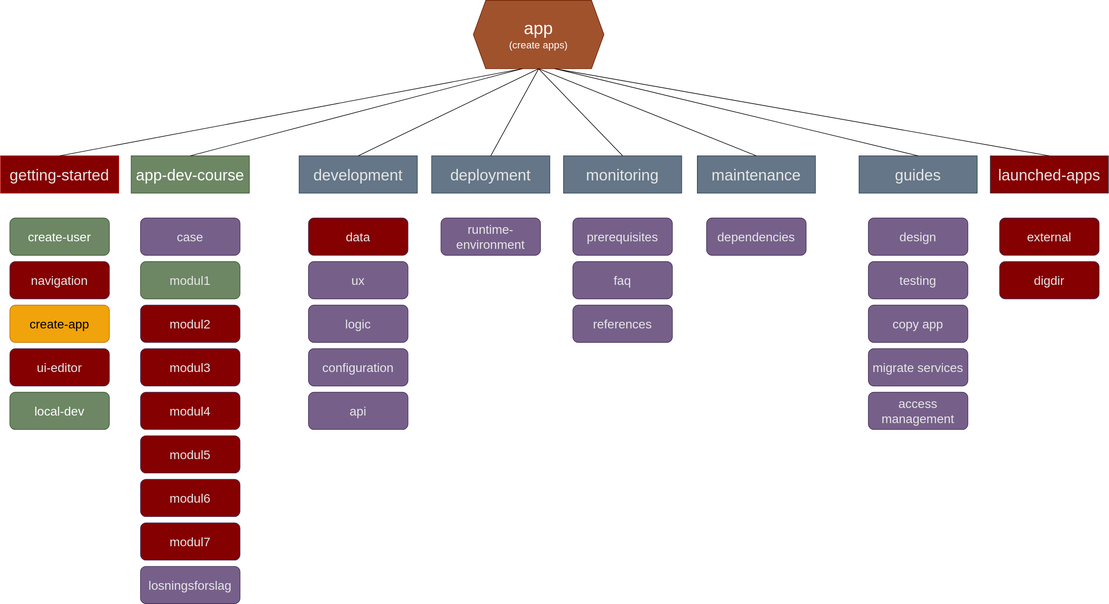
The draw.io diagram content/app/app_structure.drawio.svg in Altinn/altinn-studio-docs, before a commit. Source tidied: cells renumbered, new cells last; positions are measured from the earlier drawing's top-left corner, leaving out a move shared by most shapes.
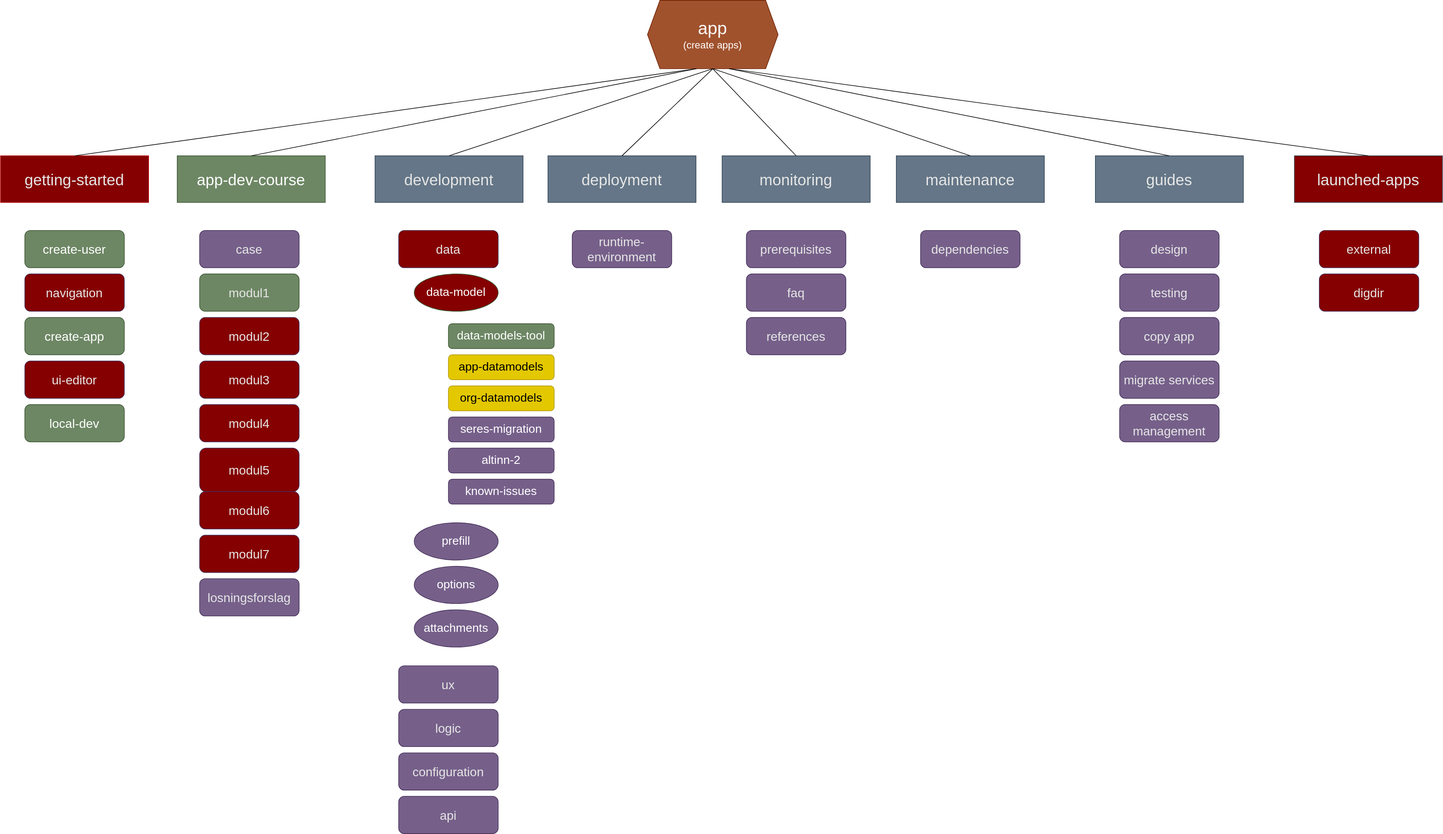
Later version of the same file.

Commit message:
Finished create-apps, added data subfolders

What changed in the source:
```diff
@@ -6,28 +6,28 @@
       <mxGeometry x="760" width="210" height="110" as="geometry" />
     </mxCell>
     <mxCell id="3" value="&lt;font style=&quot;font-size: 25px;&quot;&gt;app-dev-course&lt;/font&gt;" style="rounded=0;whiteSpace=wrap;html=1;fontSize=25;fontColor=#ffffff;fillColor=#6d8764;strokeColor=#3A5431;" parent="1" vertex="1">
-      <mxGeometry x="210" y="250" width="190" height="60" as="geometry" />
+      <mxGeometry x="4" y="250" width="238" height="75" as="geometry" />
     </mxCell>
     <mxCell id="4" value="&lt;font style=&quot;font-size: 25px;&quot;&gt;deployment&lt;/font&gt;" style="rounded=0;whiteSpace=wrap;html=1;fontSize=25;fontColor=#E6E6E6;fillColor=#647687;strokeColor=#314354;" parent="1" vertex="1">
-      <mxGeometry x="693" y="250" width="190" height="60" as="geometry" />
+      <mxGeometry x="600" y="250" width="238" height="75" as="geometry" />
     </mxCell>
     <mxCell id="5" value="&lt;font style=&quot;font-size: 25px;&quot;&gt;development&lt;/font&gt;" style="rounded=0;whiteSpace=wrap;html=1;fontSize=25;fontColor=#E6E6E6;fillColor=#647687;strokeColor=#314354;" parent="1" vertex="1">
-      <mxGeometry x="480" y="250" width="190" height="60" as="geometry" />
+      <mxGeometry x="322" y="250" width="238" height="75" as="geometry" />
     </mxCell>
     <mxCell id="6" value="&lt;font style=&quot;font-size: 25px;&quot;&gt;getting-started&lt;br style=&quot;font-size: 25px;&quot;&gt;&lt;/font&gt;" style="rounded=0;whiteSpace=wrap;html=1;fontSize=25;fontColor=#E6E6E6;fillColor=#850000;strokeColor=#B20000;fillStyle=auto;" parent="1" vertex="1">
-      <mxGeometry y="250" width="190" height="60" as="geometry" />
+      <mxGeometry x="-280" y="250" width="238" height="75" as="geometry" />
     </mxCell>
     <mxCell id="7" value="&lt;font style=&quot;font-size: 25px;&quot;&gt;guides&lt;br style=&quot;font-size: 25px;&quot;&gt;&lt;/font&gt;" style="rounded=0;whiteSpace=wrap;html=1;fontSize=25;fontColor=#E6E6E6;fillColor=#647687;strokeColor=#314354;" parent="1" vertex="1">
-      <mxGeometry x="1380" y="250" width="190" height="60" as="geometry" />
+      <mxGeometry x="1480" y="250" width="238" height="75" as="geometry" />
     </mxCell>
     <mxCell id="8" value="&lt;font style=&quot;font-size: 25px;&quot;&gt;launched-apps&lt;/font&gt;" style="rounded=0;whiteSpace=wrap;html=1;fontSize=25;fontColor=#E6E6E6;fillColor=#850000;strokeColor=#314354;" parent="1" vertex="1">
-      <mxGeometry x="1591" y="250" width="190" height="60" as="geometry" />
+      <mxGeometry x="1800" y="250" width="238" height="75" as="geometry" />
     </mxCell>
     <mxCell id="9" value="&lt;font style=&quot;font-size: 25px;&quot;&gt;maintenance&lt;/font&gt;" style="rounded=0;whiteSpace=wrap;html=1;fontSize=25;fontColor=#E6E6E6;fillColor=#647687;strokeColor=#314354;" parent="1" vertex="1">
-      <mxGeometry x="1120" y="250" width="190" height="60" as="geometry" />
+      <mxGeometry x="1160" y="250" width="238" height="75" as="geometry" />
     </mxCell>
     <mxCell id="10" value="&lt;font style=&quot;font-size: 25px;&quot;&gt;monitoring&lt;/font&gt;" style="rounded=0;whiteSpace=wrap;html=1;fontSize=25;fontColor=#E6E6E6;fillColor=#647687;strokeColor=#314354;" parent="1" vertex="1">
-      <mxGeometry x="905" y="250" width="190" height="60" as="geometry" />
+      <mxGeometry x="880" y="250" width="238" height="75" as="geometry" />
     </mxCell>
     <mxCell id="11" style="endArrow=none;html=1;fontSize=16;fontColor=#E6E6E6;exitX=0.5;exitY=0;exitDx=0;exitDy=0;entryX=0.375;entryY=1;entryDx=0;entryDy=0;" parent="1" edge="1" source="6" target="2">
       <mxGeometry relative="1" as="geometry" />
@@ -54,15 +54,15 @@
       <mxGeometry relative="1" as="geometry" />
     </mxCell>
     <mxCell id="19" value="&lt;font style=&quot;font-size: 20px;&quot;&gt;runtime-environment&lt;/font&gt;" style="rounded=1;whiteSpace=wrap;html=1;fontSize=20;fontColor=#E6E6E6;fillColor=#76608a;strokeColor=#432D57;" parent="1" vertex="1">
-      <mxGeometry x="708" y="350" width="160" height="60" as="geometry" />
+      <mxGeometry x="639" y="370" width="160" height="60" as="geometry" />
     </mxCell>
     <mxCell id="20" value="&lt;font style=&quot;font-size: 20px;&quot;&gt;dependencies&lt;/font&gt;" style="rounded=1;whiteSpace=wrap;html=1;fontSize=20;fontColor=#E6E6E6;fillColor=#76608a;strokeColor=#432D57;" parent="1" vertex="1">
-      <mxGeometry x="1135" y="350" width="160" height="60" as="geometry" />
+      <mxGeometry x="1199" y="370" width="160" height="60" as="geometry" />
     </mxCell>
     <mxCell id="21" style="group;" parent="1" vertex="1">
-      <mxGeometry x="15" y="350" width="160" height="340" as="geometry" />
+      <mxGeometry x="-241" y="370" width="160" height="340" as="geometry" />
     </mxCell>
-    <mxCell id="22" value="&lt;font style=&quot;font-size: 20px;&quot;&gt;create-app&lt;/font&gt;" style="rounded=1;whiteSpace=wrap;html=1;fontSize=20;fontColor=#000000;fillColor=#f0a30a;strokeColor=#BD7000;" parent="21" vertex="1">
+    <mxCell id="22" value="&lt;font style=&quot;font-size: 20px;&quot;&gt;create-app&lt;/font&gt;" style="rounded=1;whiteSpace=wrap;html=1;fontSize=20;fontColor=#ffffff;fillColor=#6d8764;strokeColor=#3A5431;" parent="21" vertex="1">
       <mxGeometry y="140" width="160" height="60" as="geometry" />
     </mxCell>
     <mxCell id="23" value="&lt;font style=&quot;font-size: 20px;&quot;&gt;create-user&lt;/font&gt;" style="rounded=1;whiteSpace=wrap;html=1;fontSize=20;fontColor=#ffffff;fillColor=#6d8764;strokeColor=#3A5431;" parent="21" vertex="1">
@@ -78,7 +78,7 @@
       <mxGeometry y="210" width="160" height="60" as="geometry" />
     </mxCell>
     <mxCell id="27" style="group;" parent="1" vertex="1">
-      <mxGeometry x="225" y="350" width="160" height="620" as="geometry" />
+      <mxGeometry x="40" y="370" width="160" height="620" as="geometry" />
     </mxCell>
     <mxCell id="28" value="&lt;font style=&quot;font-size: 20px;&quot;&gt;case&lt;/font&gt;" style="rounded=1;whiteSpace=wrap;html=1;fontSize=20;fontColor=#E6E6E6;fillColor=#76608a;strokeColor=#432D57;" parent="27" vertex="1">
       <mxGeometry width="160" height="60" as="geometry" />
@@ -90,7 +90,7 @@
       <mxGeometry y="490" width="160" height="60" as="geometry" />
     </mxCell>
     <mxCell id="31" value="&lt;font style=&quot;font-size: 20px;&quot;&gt;modul5&lt;/font&gt;" style="rounded=1;whiteSpace=wrap;html=1;fontSize=20;fontColor=#E6E6E6;fillColor=#850000;strokeColor=#432D57;" parent="27" vertex="1">
-      <mxGeometry y="350" width="160" height="60" as="geometry" />
+      <mxGeometry y="350" width="160" height="70" as="geometry" />
     </mxCell>
     <mxCell id="32" value="&lt;font style=&quot;font-size: 20px;&quot;&gt;modul4&lt;/font&gt;" style="rounded=1;whiteSpace=wrap;html=1;fontSize=20;fontColor=#E6E6E6;fillColor=#850000;strokeColor=#432D57;" parent="27" vertex="1">
       <mxGeometry y="280" width="160" height="60" as="geometry" />
@@ -107,26 +107,8 @@
     <mxCell id="36" value="&lt;font style=&quot;font-size: 20px;&quot;&gt;losningsforslag&lt;/font&gt;" style="rounded=1;whiteSpace=wrap;html=1;fontSize=20;fontColor=#E6E6E6;fillColor=#76608a;strokeColor=#432D57;" parent="27" vertex="1">
       <mxGeometry y="560" width="160" height="60" as="geometry" />
     </mxCell>
-    <mxCell id="37" style="group;" parent="1" vertex="1">
-      <mxGeometry x="495" y="350" width="160" height="340" as="geometry" />
-    </mxCell>
-    <mxCell id="38" value="&lt;font style=&quot;font-size: 20px;&quot;&gt;logic&lt;/font&gt;" style="rounded=1;whiteSpace=wrap;html=1;fontSize=20;fontColor=#E6E6E6;fillColor=#76608a;strokeColor=#432D57;" parent="37" vertex="1">
-      <mxGeometry y="140" width="160" height="60" as="geometry" />
-    </mxCell>
-    <mxCell id="39" value="&lt;font style=&quot;font-size: 20px;&quot;&gt;data&lt;/font&gt;" style="rounded=1;whiteSpace=wrap;html=1;fontSize=20;fontColor=#E6E6E6;fillColor=#850000;strokeColor=#432D57;" parent="37" vertex="1">
-      <mxGeometry width="160" height="60" as="geometry" />
-    </mxCell>
-    <mxCell id="40" value="&lt;font style=&quot;font-size: 20px;&quot;&gt;api&lt;/font&gt;" style="rounded=1;whiteSpace=wrap;html=1;fontSize=20;fontColor=#E6E6E6;fillColor=#76608a;strokeColor=#432D57;" parent="37" vertex="1">
-      <mxGeometry y="280" width="160" height="60" as="geometry" />
-    </mxCell>
-    <mxCell id="41" value="&lt;font style=&quot;font-size: 20px;&quot;&gt;ux&lt;/font&gt;" style="rounded=1;whiteSpace=wrap;html=1;fontSize=20;fontColor=#E6E6E6;fillColor=#76608a;strokeColor=#432D57;" parent="37" vertex="1">
-      <mxGeometry y="70" width="160" height="60" as="geometry" />
-    </mxCell>
-    <mxCell id="42" value="&lt;font style=&quot;font-size: 20px;&quot;&gt;configuration&lt;/font&gt;" style="rounded=1;whiteSpace=wrap;html=1;fontSize=20;fontColor=#E6E6E6;fillColor=#76608a;strokeColor=#432D57;" parent="37" vertex="1">
-      <mxGeometry y="210" width="160" height="60" as="geometry" />
-    </mxCell>
     <mxCell id="43" style="group;" parent="1" vertex="1">
-      <mxGeometry x="920" y="350" width="160" height="200" as="geometry" />
+      <mxGeometry x="919" y="370" width="160" height="200" as="geometry" />
     </mxCell>
     <mxCell id="44" value="&lt;font style=&quot;font-size: 20px;&quot;&gt;prerequisites&lt;/font&gt;" style="rounded=1;whiteSpace=wrap;html=1;fontSize=20;fontColor=#E6E6E6;fillColor=#76608a;strokeColor=#432D57;" parent="43" vertex="1">
       <mxGeometry width="160" height="60" as="geometry" />
@@ -138,7 +120,7 @@
       <mxGeometry y="70" width="160" height="60" as="geometry" />
     </mxCell>
     <mxCell id="47" style="group;" parent="1" vertex="1">
-      <mxGeometry x="1395" y="350" width="160" height="340" as="geometry" />
+      <mxGeometry x="1519" y="370" width="160" height="340" as="geometry" />
     </mxCell>
     <mxCell id="48" value="&lt;font style=&quot;font-size: 20px;&quot;&gt;copy app&lt;/font&gt;" style="rounded=1;whiteSpace=wrap;html=1;fontSize=20;fontColor=#E6E6E6;fillColor=#76608a;strokeColor=#432D57;" parent="47" vertex="1">
       <mxGeometry y="140" width="160" height="60" as="geometry" />
@@ -156,7 +138,7 @@
       <mxGeometry y="210" width="160" height="60" as="geometry" />
     </mxCell>
     <mxCell id="53" style="group;" parent="1" vertex="1">
-      <mxGeometry x="1606" y="350" width="160" height="130" as="geometry" />
+      <mxGeometry x="1840" y="370" width="160" height="130" as="geometry" />
     </mxCell>
     <mxCell id="54" value="&lt;font style=&quot;font-size: 20px;&quot;&gt;external&lt;/font&gt;" style="rounded=1;whiteSpace=wrap;html=1;fontSize=20;fontColor=#E6E6E6;fillColor=#850000;strokeColor=#432D57;" parent="53" vertex="1">
       <mxGeometry width="160" height="60" as="geometry" />
@@ -164,5 +146,50 @@
     <mxCell id="55" value="&lt;font style=&quot;font-size: 20px;&quot;&gt;digdir&lt;/font&gt;" style="rounded=1;whiteSpace=wrap;html=1;fontSize=20;fontColor=#E6E6E6;fillColor=#850000;strokeColor=#432D57;" parent="53" vertex="1">
       <mxGeometry y="70" width="160" height="60" as="geometry" />
     </mxCell>
+    <mxCell id="38" value="&lt;font style=&quot;font-size: 20px;&quot;&gt;logic&lt;/font&gt;" style="rounded=1;whiteSpace=wrap;html=1;fontSize=20;fontColor=#E6E6E6;fillColor=#76608a;strokeColor=#432D57;" parent="1" vertex="1">
+      <mxGeometry x="360" y="1140" width="160" height="60" as="geometry" />
+    </mxCell>
+    <mxCell id="39" value="&lt;font style=&quot;font-size: 20px;&quot;&gt;data&lt;/font&gt;" style="rounded=1;whiteSpace=wrap;html=1;fontSize=20;fontColor=#E6E6E6;fillColor=#850000;strokeColor=#432D57;" parent="1" vertex="1">
+      <mxGeometry x="360" y="370" width="160" height="60" as="geometry" />
+    </mxCell>
+    <mxCell id="40" value="&lt;font style=&quot;font-size: 20px;&quot;&gt;api&lt;/font&gt;" style="rounded=1;whiteSpace=wrap;html=1;fontSize=20;fontColor=#E6E6E6;fillColor=#76608a;strokeColor=#432D57;" parent="1" vertex="1">
+      <mxGeometry x="360" y="1280" width="160" height="60" as="geometry" />
+    </mxCell>
+    <mxCell id="41" value="&lt;font style=&quot;font-size: 20px;&quot;&gt;ux&lt;/font&gt;" style="rounded=1;whiteSpace=wrap;html=1;fontSize=20;fontColor=#E6E6E6;fillColor=#76608a;strokeColor=#432D57;" parent="1" vertex="1">
+      <mxGeometry x="360" y="1070" width="160" height="60" as="geometry" />
+    </mxCell>
+    <mxCell id="42" value="&lt;font style=&quot;font-size: 20px;&quot;&gt;configuration&lt;/font&gt;" style="rounded=1;whiteSpace=wrap;html=1;fontSize=20;fontColor=#E6E6E6;fillColor=#76608a;strokeColor=#432D57;" parent="1" vertex="1">
+      <mxGeometry x="360" y="1210" width="160" height="60" as="geometry" />
+    </mxCell>
+    <mxCell id="56" value="data-model" style="ellipse;whiteSpace=wrap;html=1;fillStyle=auto;fontSize=19;fontColor=#ffffff;fillColor=#850000;strokeColor=#3A5431;" parent="1" vertex="1">
+      <mxGeometry x="385" y="440" width="135" height="60" as="geometry" />
+    </mxCell>
+    <mxCell id="57" value="prefill" style="ellipse;whiteSpace=wrap;html=1;fillStyle=auto;fontSize=19;fontColor=#ffffff;fillColor=#76608a;strokeColor=#432D57;" parent="1" vertex="1">
+      <mxGeometry x="385" y="840" width="135" height="60" as="geometry" />
+    </mxCell>
+    <mxCell id="58" value="options" style="ellipse;whiteSpace=wrap;html=1;fillStyle=auto;fontSize=19;fontColor=#ffffff;fillColor=#76608a;strokeColor=#432D57;" parent="1" vertex="1">
+      <mxGeometry x="385" y="910" width="135" height="60" as="geometry" />
+    </mxCell>
+    <mxCell id="59" value="attachments" style="ellipse;whiteSpace=wrap;html=1;fillStyle=auto;fontSize=19;fontColor=#ffffff;fillColor=#76608a;strokeColor=#432D57;" parent="1" vertex="1">
+      <mxGeometry x="385" y="980" width="135" height="60" as="geometry" />
+    </mxCell>
+    <mxCell id="60" value="data-models-tool" style="rounded=1;whiteSpace=wrap;html=1;fillStyle=auto;fontSize=19;fontColor=#ffffff;fillColor=#6d8764;strokeColor=#3A5431;" parent="1" vertex="1">
+      <mxGeometry x="440" y="520" width="170" height="40" as="geometry" />
+    </mxCell>
+    <mxCell id="61" value="app-datamodels" style="rounded=1;whiteSpace=wrap;html=1;fillStyle=auto;fontSize=19;fontColor=#000000;fillColor=#e3c800;strokeColor=#B09500;" parent="1" vertex="1">
+      <mxGeometry x="440" y="570" width="170" height="40" as="geometry" />
+    </mxCell>
+    <mxCell id="62" value="org-datamodels" style="rounded=1;whiteSpace=wrap;html=1;fillStyle=auto;fontSize=19;fontColor=#000000;fillColor=#e3c800;strokeColor=#B09500;" parent="1" vertex="1">
+      <mxGeometry x="440" y="620" width="170" height="40" as="geometry" />
+    </mxCell>
+    <mxCell id="63" value="seres-migration" style="rounded=1;whiteSpace=wrap;html=1;fillStyle=auto;fontSize=19;fontColor=#ffffff;fillColor=#76608a;strokeColor=#432D57;" parent="1" vertex="1">
+      <mxGeometry x="440" y="670" width="170" height="40" as="geometry" />
+    </mxCell>
+    <mxCell id="64" value="altinn-2" style="rounded=1;whiteSpace=wrap;html=1;fillStyle=auto;fontSize=19;fontColor=#ffffff;fillColor=#76608a;strokeColor=#432D57;" parent="1" vertex="1">
+      <mxGeometry x="440" y="720" width="170" height="40" as="geometry" />
+    </mxCell>
+    <mxCell id="65" value="known-issues" style="rounded=1;whiteSpace=wrap;html=1;fillStyle=auto;fontSize=19;fontColor=#ffffff;fillColor=#76608a;strokeColor=#432D57;" parent="1" vertex="1">
+      <mxGeometry x="440" y="770" width="170" height="40" as="geometry" />
+    </mxCell>
   </root>
 </mxGraphModel>
```
